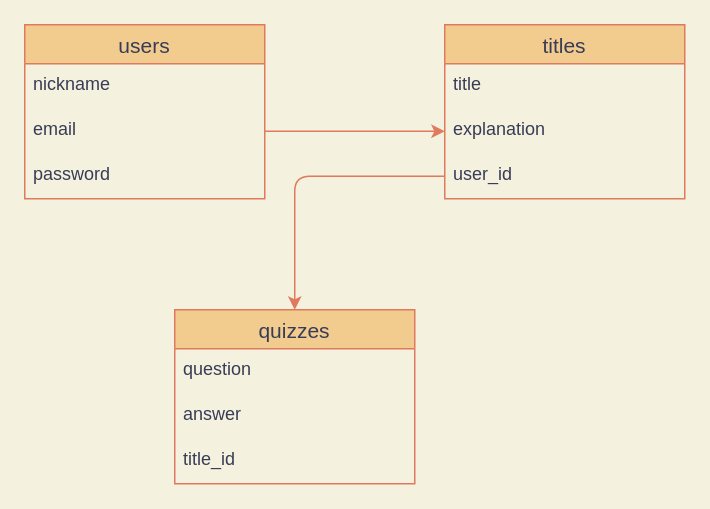
The draw.io diagram config/db.dio in t262g/your-typing, before the edit. Source tidied: cells renumbered, new cells numbered last; positions are measured from the earlier drawing's top-left corner, leaving out a move shared by most shapes. Both pictures are drawn from the tidied source at 150%, with x=0, y=0 at pixel (24, 24).
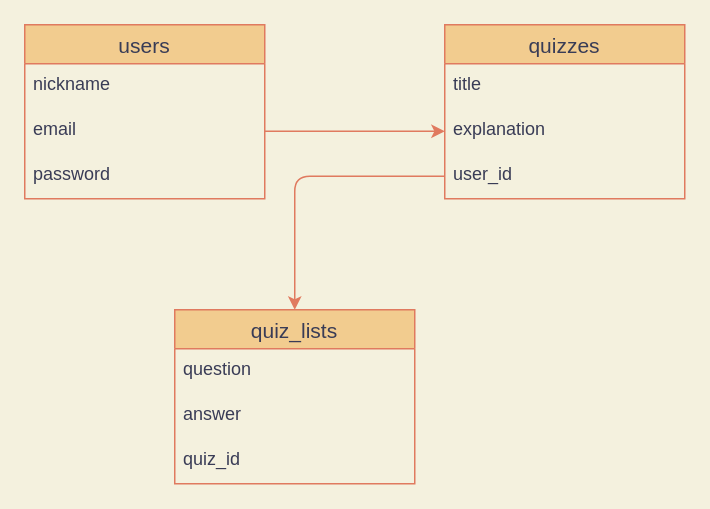
Above is the later version.

Commit message (it also covers changes not shown here):
データベース設計の修正

Diff of the diagram source:
```diff
@@
 <mxGraphModel background="#F4F1DE">
   <root>
     <mxCell id="0" />
     <mxCell id="1" parent="0" />
     <mxCell id="2" value="users" style="swimlane;fontStyle=0;horizontal=1;startSize=26;align=center;fontSize=14;fillColor=#F2CC8F;strokeColor=#E07A5F;fontColor=#393C56;" parent="1" vertex="1">
       <mxGeometry width="160" height="116" as="geometry" />
     </mxCell>
     <mxCell id="3" value="nickname" style="text;strokeColor=none;fillColor=none;spacingLeft=4;spacingRight=4;overflow=hidden;fontSize=12;fontColor=#393C56;" parent="2" vertex="1">
       <mxGeometry y="26" width="160" height="30" as="geometry" />
     </mxCell>
     <mxCell id="4" value="email" style="text;strokeColor=none;fillColor=none;spacingLeft=4;spacingRight=4;overflow=hidden;points=[[0,0.5],[1,0.5]];portConstraint=eastwest;fontSize=12;fontColor=#393C56;" parent="2" vertex="1">
       <mxGeometry y="56" width="160" height="30" as="geometry" />
     </mxCell>
     <mxCell id="5" value="password" style="text;strokeColor=none;fillColor=none;spacingLeft=4;spacingRight=4;overflow=hidden;fontSize=12;fontColor=#393C56;" parent="2" vertex="1">
       <mxGeometry y="86" width="160" height="30" as="geometry" />
     </mxCell>
-    <mxCell id="6" value="titles" style="swimlane;fontStyle=0;horizontal=1;startSize=26;align=center;fontSize=14;fillColor=#F2CC8F;strokeColor=#E07A5F;fontColor=#393C56;" parent="1" vertex="1">
+    <mxCell id="6" value="quizzes" style="swimlane;fontStyle=0;horizontal=1;startSize=26;align=center;fontSize=14;fillColor=#F2CC8F;strokeColor=#E07A5F;fontColor=#393C56;" parent="1" vertex="1">
       <mxGeometry x="280" width="160" height="116" as="geometry" />
     </mxCell>
     <mxCell id="7" value="title" style="text;strokeColor=none;fillColor=none;spacingLeft=4;spacingRight=4;overflow=hidden;fontSize=12;fontColor=#393C56;" parent="6" vertex="1">
       <mxGeometry y="26" width="160" height="30" as="geometry" />
     </mxCell>
     <mxCell id="8" value="explanation" style="text;strokeColor=none;fillColor=none;spacingLeft=4;spacingRight=4;overflow=hidden;points=[[0,0.5],[1,0.5]];portConstraint=eastwest;fontSize=12;fontColor=#393C56;" parent="6" vertex="1">
       <mxGeometry y="56" width="160" height="30" as="geometry" />
     </mxCell>
     <mxCell id="9" value="user_id" style="text;strokeColor=none;fillColor=none;spacingLeft=4;spacingRight=4;overflow=hidden;points=[[0,0.5],[1,0.5]];portConstraint=eastwest;fontSize=12;fontColor=#393C56;" parent="6" vertex="1">
       <mxGeometry y="86" width="160" height="30" as="geometry" />
     </mxCell>
-    <mxCell id="10" value="quizzes" style="swimlane;fontStyle=0;horizontal=1;startSize=26;align=center;fontSize=14;fillColor=#F2CC8F;strokeColor=#E07A5F;fontColor=#393C56;" parent="1" vertex="1">
+    <mxCell id="10" value="quiz_lists" style="swimlane;fontStyle=0;horizontal=1;startSize=26;align=center;fontSize=14;fillColor=#F2CC8F;strokeColor=#E07A5F;fontColor=#393C56;" parent="1" vertex="1">
       <mxGeometry x="100" y="190" width="160" height="116" as="geometry" />
     </mxCell>
     <mxCell id="11" value="question" style="text;strokeColor=none;fillColor=none;spacingLeft=4;spacingRight=4;overflow=hidden;fontSize=12;fontColor=#393C56;" parent="10" vertex="1">
       <mxGeometry y="26" width="160" height="30" as="geometry" />
     </mxCell>
     <mxCell id="12" value="answer" style="text;strokeColor=none;fillColor=none;spacingLeft=4;spacingRight=4;overflow=hidden;fontSize=12;fontColor=#393C56;" parent="10" vertex="1">
       <mxGeometry y="56" width="160" height="30" as="geometry" />
     </mxCell>
-    <mxCell id="13" value="title_id" style="text;strokeColor=none;fillColor=none;spacingLeft=4;spacingRight=4;overflow=hidden;fontSize=12;fontColor=#393C56;" parent="10" vertex="1">
+    <mxCell id="13" value="quiz_id" style="text;strokeColor=none;fillColor=none;spacingLeft=4;spacingRight=4;overflow=hidden;fontSize=12;fontColor=#393C56;" parent="10" vertex="1">
       <mxGeometry y="86" width="160" height="30" as="geometry" />
     </mxCell>
     <mxCell id="14" style="edgeStyle=orthogonalEdgeStyle;curved=0;rounded=1;sketch=0;jettySize=auto;html=1;exitX=1;exitY=0.5;exitDx=0;exitDy=0;entryX=0;entryY=0.5;entryDx=0;entryDy=0;strokeColor=#E07A5F;fillColor=#F2CC8F;fontColor=#393C56;" parent="1" edge="1" source="4" target="8">
       <mxGeometry relative="1" as="geometry" />
     </mxCell>
     <mxCell id="15" style="edgeStyle=orthogonalEdgeStyle;curved=0;rounded=1;sketch=0;jettySize=auto;html=1;exitX=0;exitY=0.5;exitDx=0;exitDy=0;strokeColor=#E07A5F;fillColor=#F2CC8F;fontColor=#393C56;" parent="1" edge="1" source="9" target="10">
       <mxGeometry relative="1" as="geometry" />
     </mxCell>
   </root>
 </mxGraphModel>
```
